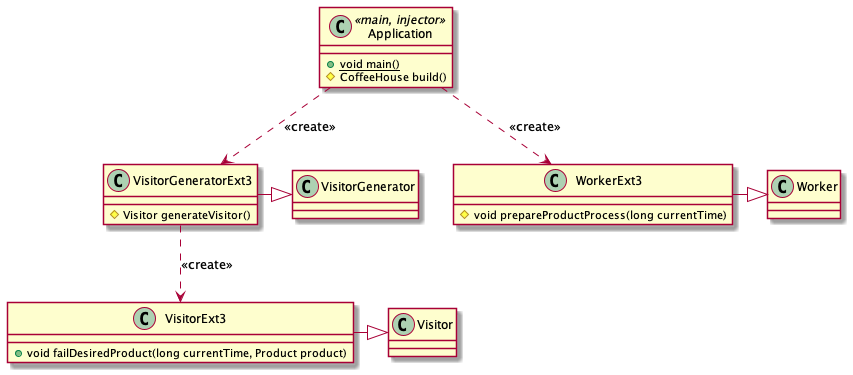
Above: docs/Class Diagrams/extension3/Extension3.png in aswejei/cafe_ppvis (PlantUML), before the change.
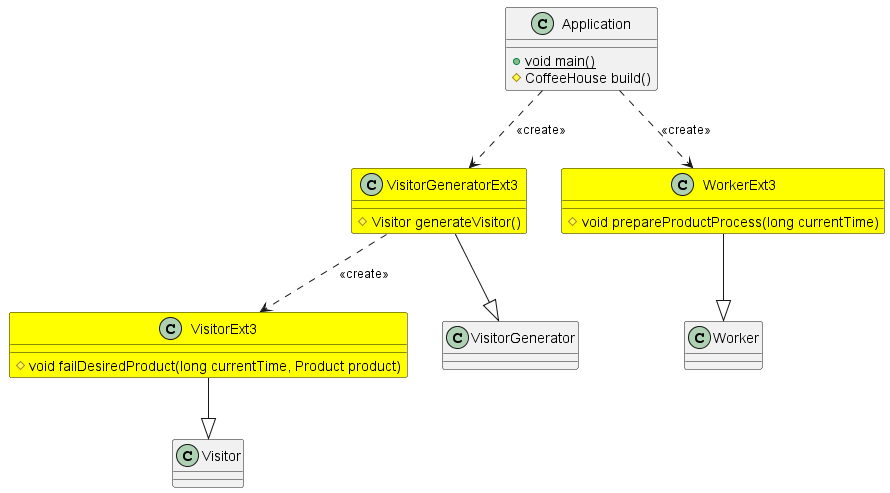
Later version of the same file.

Diff of the diagram source:
```diff
@@ -1,30 +1,21 @@
-@startuml ext3
-
-
-class Application <<main, injector>> {
+@startuml
+class Application {
     + {static} void main()
     # CoffeeHouse build()
 }
-
-class VisitorGeneratorExt3 {
+class VisitorGeneratorExt3 #Yellow{
     # Visitor generateVisitor()
 }
-
-class VisitorExt3 {
-    + void failDesiredProduct(long currentTime, Product product)
-}
-
-VisitorGeneratorExt3 -|> VisitorGenerator
-VisitorExt3 -|> Visitor
-
-class WorkerExt3 {
+class WorkerExt3 #Yellow{
     # void prepareProductProcess(long currentTime)
 }
-
-WorkerExt3 -|> Worker
-
-Application ..> WorkerExt3 : <<create>>
-Application ..> VisitorGeneratorExt3 : <<create>>
-VisitorGeneratorExt3 ..> VisitorExt3 : <<create>>
-
+class VisitorExt3 #Yellow{
+    # void failDesiredProduct(long currentTime, Product product)
+}
+VisitorGeneratorExt3 ..> VisitorExt3: <<create>>
+VisitorGeneratorExt3 --|> VisitorGenerator
+WorkerExt3 --|> Worker
+VisitorExt3 --|> Visitor
+Application ..> VisitorGeneratorExt3: <<create>>
+Application ..> WorkerExt3: <<create>>
 @enduml
```
